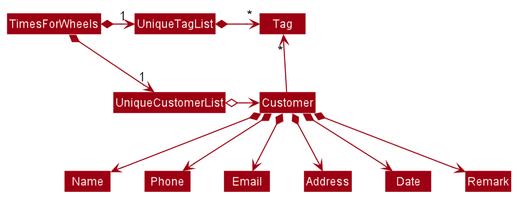
The PlantUML diagram docs/images/BetterModelClassDiagram.png in nus-cs2103-AY2021S2/tp, before a commit.
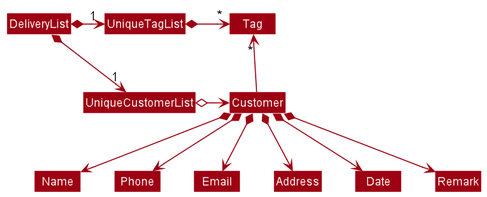
Above is the later version.

Change to the diagram source:
```diff
@@ -4,8 +4,8 @@
 skinparam arrowColor MODEL_COLOR
 skinparam classBackgroundColor MODEL_COLOR
 
-TimesForWheels *-right-> "1" UniqueCustomerList
-TimesForWheels *-right-> "1" UniqueTagList
+DeliveryList *-right-> "1" UniqueCustomerList
+DeliveryList *-right-> "1" UniqueTagList
 UniqueTagList -[hidden]down- UniqueCustomerList
 UniqueTagList -[hidden]down- UniqueCustomerList
 
```
